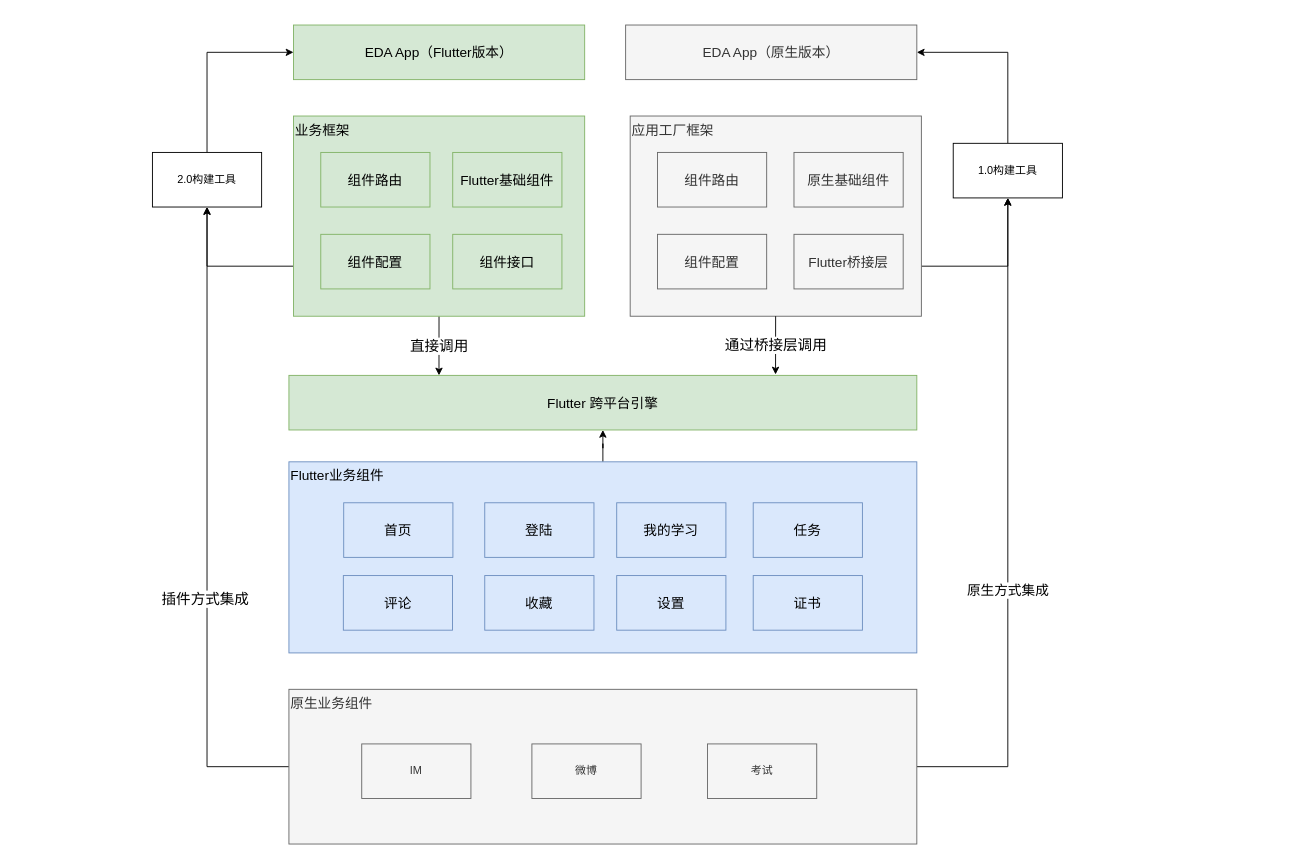
Earlier version of the draw.io diagram page "第 28 页" (28 of 28) of nd-apf.drawio (kwhitestone/drawio). Source tidied: cells renumbered, new cells numbered last; positions are measured from the earlier drawing's top-left corner, leaving out a move shared by most shapes. Both pictures are drawn from the tidied source at 91%, with x=0, y=0 at pixel (152, 25).
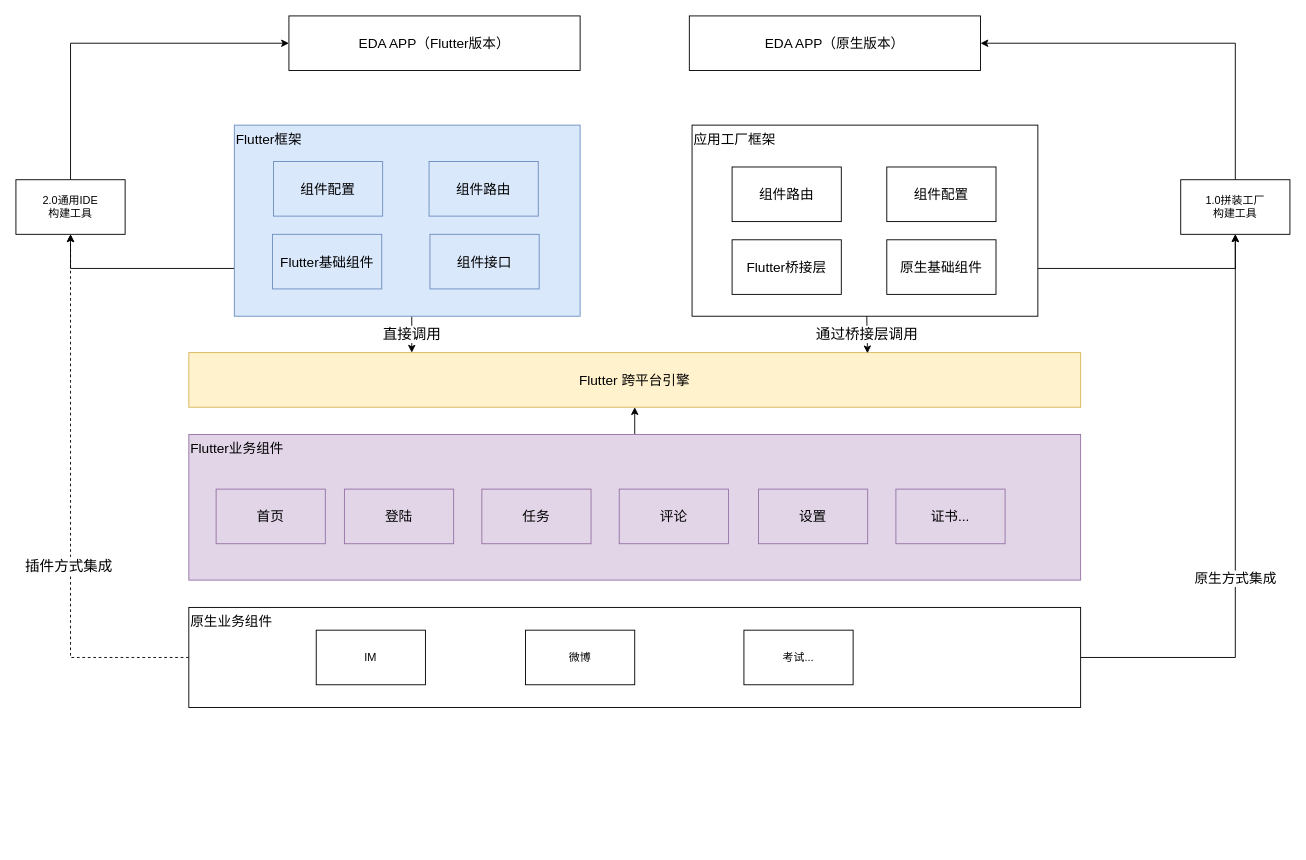
The same diagram, later.

Change to the diagram source:
```diff
@@
-    <mxCell id="2" style="edgeStyle=orthogonalEdgeStyle;rounded=0;jettySize=auto;html=1;entryX=0.5;entryY=1;entryDx=0;entryDy=0;" parent="1" edge="1" source="3" target="26">
-      <mxGeometry relative="1" as="geometry" />
+    <mxCell id="2" style="rounded=0;jettySize=auto;html=1;entryX=0.5;entryY=1;entryDx=0;entryDy=0;" parent="1" edge="1" target="26">
+      <mxGeometry relative="1" as="geometry">
+        <mxPoint x="530" y="450" as="sourcePoint" />
+      </mxGeometry>
     </mxCell>
-    <mxCell id="3" value="Flutter业务组件" style="rounded=0;whiteSpace=wrap;html=1;align=left;fontSize=15;fillColor=#dae8fc;strokeColor=#6c8ebf;verticalAlign=top;" parent="1" vertex="1">
-      <mxGeometry x="150" y="480" width="690" height="210" as="geometry" />
+    <mxCell id="3" value="Flutter业务组件" style="rounded=0;whiteSpace=wrap;html=1;align=left;fontSize=15;fillColor=#e1d5e7;strokeColor=#9673a6;verticalAlign=top;" parent="1" vertex="1">
+      <mxGeometry x="40" y="450" width="980" height="160" as="geometry" />
     </mxCell>
-    <mxCell id="4" value="首页" style="rounded=0;whiteSpace=wrap;html=1;fontSize=15;fillColor=#dae8fc;strokeColor=#6c8ebf;" parent="1" vertex="1">
-      <mxGeometry x="210.2" y="525" width="120" height="60" as="geometry" />
+    <mxCell id="4" value="首页" style="rounded=0;whiteSpace=wrap;html=1;fontSize=15;fillColor=#e1d5e7;strokeColor=#9673a6;" parent="1" vertex="1">
+      <mxGeometry x="70" y="510" width="120" height="60" as="geometry" />
     </mxCell>
-    <mxCell id="5" value="登陆" style="rounded=0;whiteSpace=wrap;html=1;fontSize=15;fillColor=#dae8fc;strokeColor=#6c8ebf;" parent="1" vertex="1">
-      <mxGeometry x="365.2" y="525" width="120" height="60" as="geometry" />
+    <mxCell id="5" value="登陆" style="rounded=0;whiteSpace=wrap;html=1;fontSize=15;fillColor=#e1d5e7;strokeColor=#9673a6;" parent="1" vertex="1">
+      <mxGeometry x="211" y="510" width="120" height="60" as="geometry" />
     </mxCell>
-    <mxCell id="6" value="我的学习" style="rounded=0;whiteSpace=wrap;html=1;fontSize=15;fillColor=#dae8fc;strokeColor=#6c8ebf;" parent="1" vertex="1">
-      <mxGeometry x="510.2" y="525" width="120" height="60" as="geometry" />
-    </mxCell>
-    <mxCell id="7" value="评论" style="rounded=0;whiteSpace=wrap;html=1;fontSize=15;fillColor=#dae8fc;strokeColor=#6c8ebf;" parent="1" vertex="1">
-      <mxGeometry x="209.8" y="605" width="120" height="60" as="geometry" />
+    <mxCell id="7" value="评论" style="rounded=0;whiteSpace=wrap;html=1;fontSize=15;fillColor=#e1d5e7;strokeColor=#9673a6;" parent="1" vertex="1">
+      <mxGeometry x="513" y="510" width="120" height="60" as="geometry" />
     </mxCell>
-    <mxCell id="8" value="收藏" style="rounded=0;whiteSpace=wrap;html=1;fontSize=15;fillColor=#dae8fc;strokeColor=#6c8ebf;" parent="1" vertex="1">
-      <mxGeometry x="365.2" y="605" width="120" height="60" as="geometry" />
-    </mxCell>
-    <mxCell id="9" value="任务" style="rounded=0;whiteSpace=wrap;html=1;fontSize=15;fillColor=#dae8fc;strokeColor=#6c8ebf;" parent="1" vertex="1">
-      <mxGeometry x="660.2" y="525" width="120" height="60" as="geometry" />
+    <mxCell id="9" value="任务" style="rounded=0;whiteSpace=wrap;html=1;fontSize=15;fillColor=#e1d5e7;strokeColor=#9673a6;" parent="1" vertex="1">
+      <mxGeometry x="362" y="510" width="120" height="60" as="geometry" />
     </mxCell>
-    <mxCell id="10" value="设置" style="rounded=0;whiteSpace=wrap;html=1;fontSize=15;fillColor=#dae8fc;strokeColor=#6c8ebf;" parent="1" vertex="1">
-      <mxGeometry x="510.2" y="605" width="120" height="60" as="geometry" />
+    <mxCell id="10" value="设置" style="rounded=0;whiteSpace=wrap;html=1;fontSize=15;fillColor=#e1d5e7;strokeColor=#9673a6;" parent="1" vertex="1">
+      <mxGeometry x="666" y="510" width="120" height="60" as="geometry" />
     </mxCell>
-    <mxCell id="11" value="证书" style="rounded=0;whiteSpace=wrap;html=1;fontSize=15;fillColor=#dae8fc;strokeColor=#6c8ebf;" parent="1" vertex="1">
-      <mxGeometry x="660.2" y="605" width="120" height="60" as="geometry" />
+    <mxCell id="11" value="证书..." style="rounded=0;whiteSpace=wrap;html=1;fontSize=15;fillColor=#e1d5e7;strokeColor=#9673a6;" parent="1" vertex="1">
+      <mxGeometry x="817" y="510" width="120" height="60" as="geometry" />
     </mxCell>
-    <mxCell id="12" value="直接调用" style="rounded=0;jettySize=auto;html=1;entryX=0.239;entryY=0;entryDx=0;entryDy=0;entryPerimeter=0;fontSize=16;" parent="1" edge="1" source="14" target="26">
-      <mxGeometry relative="1" as="geometry" />
+    <mxCell id="12" value="直接调用" style="rounded=0;jettySize=auto;html=1;entryX=0.25;entryY=0;entryDx=0;entryDy=0;fontSize=16;" parent="1" edge="1" target="26">
+      <mxGeometry x="0.01" relative="1" as="geometry">
+        <mxPoint x="285" y="320" as="sourcePoint" />
+      </mxGeometry>
     </mxCell>
@@
-    <mxCell id="14" value="业务框架" style="rounded=0;whiteSpace=wrap;html=1;align=left;verticalAlign=top;fontSize=15;fillColor=#d5e8d4;strokeColor=#82b366;" parent="1" vertex="1">
-      <mxGeometry x="155" y="100" width="320" height="220" as="geometry" />
+    <mxCell id="14" value="Flutter框架" style="rounded=0;whiteSpace=wrap;html=1;align=left;verticalAlign=top;fontSize=15;fillColor=#dae8fc;strokeColor=#6c8ebf;" parent="1" vertex="1">
+      <mxGeometry x="90" y="110" width="380" height="210" as="geometry" />
     </mxCell>
-    <mxCell id="15" value="组件路由" style="rounded=0;whiteSpace=wrap;html=1;fontSize=15;fillColor=#d5e8d4;strokeColor=#82b366;" parent="1" vertex="1">
-      <mxGeometry x="185" y="140" width="120" height="60" as="geometry" />
+    <mxCell id="15" value="组件路由" style="rounded=0;whiteSpace=wrap;html=1;fontSize=15;fillColor=#dae8fc;strokeColor=#6c8ebf;" parent="1" vertex="1">
+      <mxGeometry x="304" y="150" width="120" height="60" as="geometry" />
     </mxCell>
-    <mxCell id="16" value="Flutter基础组件" style="rounded=0;whiteSpace=wrap;html=1;fontSize=15;fillColor=#d5e8d4;strokeColor=#82b366;" parent="1" vertex="1">
-      <mxGeometry x="330" y="140" width="120" height="60" as="geometry" />
+    <mxCell id="16" value="Flutter基础组件" style="rounded=0;whiteSpace=wrap;html=1;fontSize=15;fillColor=#dae8fc;strokeColor=#6c8ebf;" parent="1" vertex="1">
+      <mxGeometry x="132" y="230" width="120" height="60" as="geometry" />
     </mxCell>
-    <mxCell id="17" value="组件配置" style="rounded=0;whiteSpace=wrap;html=1;fontSize=15;fillColor=#d5e8d4;strokeColor=#82b366;" parent="1" vertex="1">
-      <mxGeometry x="185" y="230" width="120" height="60" as="geometry" />
+    <mxCell id="17" value="组件配置" style="rounded=0;whiteSpace=wrap;html=1;fontSize=15;fillColor=#dae8fc;strokeColor=#6c8ebf;" parent="1" vertex="1">
+      <mxGeometry x="133" y="150" width="120" height="60" as="geometry" />
     </mxCell>
-    <mxCell id="18" value="组件接口" style="rounded=0;whiteSpace=wrap;html=1;fontSize=15;fillColor=#d5e8d4;strokeColor=#82b366;" parent="1" vertex="1">
-      <mxGeometry x="330" y="230" width="120" height="60" as="geometry" />
+    <mxCell id="18" value="组件接口" style="rounded=0;whiteSpace=wrap;html=1;fontSize=15;fillColor=#dae8fc;strokeColor=#6c8ebf;" parent="1" vertex="1">
+      <mxGeometry x="305" y="230" width="120" height="60" as="geometry" />
     </mxCell>
@@
-    <mxCell id="20" value="应用工厂框架" style="rounded=0;whiteSpace=wrap;html=1;align=left;verticalAlign=top;fontSize=15;fillColor=#f5f5f5;strokeColor=#666666;fontColor=#333333;" parent="1" vertex="1">
-      <mxGeometry x="525" y="100" width="320" height="220" as="geometry" />
+    <mxCell id="20" value="应用工厂框架" style="rounded=0;whiteSpace=wrap;html=1;align=left;verticalAlign=top;fontSize=15;" parent="1" vertex="1">
+      <mxGeometry x="593" y="110" width="380" height="210" as="geometry" />
     </mxCell>
-    <mxCell id="21" value="组件路由" style="rounded=0;whiteSpace=wrap;html=1;fontSize=15;fillColor=#f5f5f5;strokeColor=#666666;fontColor=#333333;" parent="1" vertex="1">
-      <mxGeometry x="555" y="140" width="120" height="60" as="geometry" />
+    <mxCell id="21" value="组件路由" style="rounded=0;whiteSpace=wrap;html=1;fontSize=15;" parent="1" vertex="1">
+      <mxGeometry x="637" y="156" width="120" height="60" as="geometry" />
     </mxCell>
-    <mxCell id="22" value="Flutter桥接层" style="rounded=0;whiteSpace=wrap;html=1;fontSize=15;fillColor=#f5f5f5;strokeColor=#666666;fontColor=#333333;" parent="1" vertex="1">
-      <mxGeometry x="705" y="230" width="120" height="60" as="geometry" />
+    <mxCell id="22" value="Flutter桥接层" style="rounded=0;whiteSpace=wrap;html=1;fontSize=15;" parent="1" vertex="1">
+      <mxGeometry x="637" y="236" width="120" height="60" as="geometry" />
     </mxCell>
-    <mxCell id="23" value="组件配置" style="rounded=0;whiteSpace=wrap;html=1;fontSize=15;fillColor=#f5f5f5;strokeColor=#666666;fontColor=#333333;" parent="1" vertex="1">
-      <mxGeometry x="555" y="230" width="120" height="60" as="geometry" />
+    <mxCell id="23" value="组件配置" style="rounded=0;whiteSpace=wrap;html=1;fontSize=15;" parent="1" vertex="1">
+      <mxGeometry x="807" y="156" width="120" height="60" as="geometry" />
     </mxCell>
-    <mxCell id="24" value="原生基础组件" style="rounded=0;whiteSpace=wrap;html=1;fontSize=15;fillColor=#f5f5f5;strokeColor=#666666;fontColor=#333333;" parent="1" vertex="1">
-      <mxGeometry x="705" y="140" width="120" height="60" as="geometry" />
+    <mxCell id="24" value="原生基础组件" style="rounded=0;whiteSpace=wrap;html=1;fontSize=15;" parent="1" vertex="1">
+      <mxGeometry x="807" y="236" width="120" height="60" as="geometry" />
     </mxCell>
-    <mxCell id="25" value="EDA App（Flutter版本）" style="rounded=0;whiteSpace=wrap;html=1;fontSize=15;fillColor=#d5e8d4;strokeColor=#82b366;" parent="1" vertex="1">
-      <mxGeometry x="155" width="320" height="60" as="geometry" />
+    <mxCell id="25" value="EDA APP（Flutter版本）" style="rounded=0;whiteSpace=wrap;html=1;fontSize=15;" parent="1" vertex="1">
+      <mxGeometry x="150" y="-10" width="320" height="60" as="geometry" />
     </mxCell>
-    <mxCell id="26" value="Flutter 跨平台引擎" style="rounded=0;whiteSpace=wrap;html=1;fontSize=15;fillColor=#d5e8d4;strokeColor=#82b366;" parent="1" vertex="1">
-      <mxGeometry x="150" y="385" width="690" height="60" as="geometry" />
+    <mxCell id="26" value="Flutter 跨平台引擎" style="rounded=0;whiteSpace=wrap;html=1;fontSize=15;fillColor=#fff2cc;strokeColor=#d6b656;" parent="1" vertex="1">
+      <mxGeometry x="40" y="360" width="980" height="60" as="geometry" />
     </mxCell>
-    <mxCell id="27" value="EDA App（原生版本）" style="rounded=0;whiteSpace=wrap;html=1;fontSize=15;fillColor=#f5f5f5;strokeColor=#666666;fontColor=#333333;" parent="1" vertex="1">
-      <mxGeometry x="520" width="320" height="60" as="geometry" />
+    <mxCell id="27" value="EDA APP（原生版本）" style="rounded=0;whiteSpace=wrap;html=1;fontSize=15;" parent="1" vertex="1">
+      <mxGeometry x="590" y="-10" width="320" height="60" as="geometry" />
     </mxCell>
-    <mxCell id="28" value="通过桥接层调用" style="rounded=0;jettySize=auto;html=1;entryX=0.775;entryY=-0.017;entryDx=0;entryDy=0;entryPerimeter=0;fontSize=16;" parent="1" edge="1" source="20" target="26">
+    <mxCell id="28" value="通过桥接层调用" style="rounded=0;jettySize=auto;html=1;entryX=0.761;entryY=0.011;entryDx=0;entryDy=0;fontSize=16;entryPerimeter=0;" parent="1" edge="1" source="20" target="26">
       <mxGeometry relative="1" as="geometry" />
     </mxCell>
@@
-    <mxCell id="30" value="1.0构建工具" style="rounded=0;whiteSpace=wrap;html=1;" parent="1" vertex="1">
-      <mxGeometry x="880" y="130" width="120" height="60" as="geometry" />
+    <mxCell id="30" value="1.0拼装工厂&lt;br&gt;构建工具" style="rounded=0;whiteSpace=wrap;html=1;" parent="1" vertex="1">
+      <mxGeometry x="1130" y="170" width="120" height="60" as="geometry" />
     </mxCell>
@@
-    <mxCell id="32" value="2.0构建工具" style="rounded=0;whiteSpace=wrap;html=1;" parent="1" vertex="1">
-      <mxGeometry y="140" width="120" height="60" as="geometry" />
+    <mxCell id="32" value="2.0通用IDE&lt;br&gt;构建工具" style="rounded=0;whiteSpace=wrap;html=1;" parent="1" vertex="1">
+      <mxGeometry x="-150" y="170" width="120" height="60" as="geometry" />
     </mxCell>
-    <mxCell id="33" style="edgeStyle=orthogonalEdgeStyle;rounded=0;jettySize=auto;html=1;entryX=0.5;entryY=1;entryDx=0;entryDy=0;" parent="1" edge="1" source="36" target="32">
+    <mxCell id="33" style="edgeStyle=orthogonalEdgeStyle;rounded=0;jettySize=auto;html=1;entryX=0.5;entryY=1;entryDx=0;entryDy=0;dashed=1;" parent="1" edge="1" source="36" target="32">
       <mxGeometry relative="1" as="geometry" />
     </mxCell>
@@
-    <mxCell id="35" value="原生方式集成" style="edgeStyle=orthogonalEdgeStyle;rounded=0;jettySize=auto;html=1;entryX=0.5;entryY=1;entryDx=0;entryDy=0;fontSize=15;" parent="1" edge="1" source="36" target="30">
+    <mxCell id="35" value="原生方式集成" style="edgeStyle=orthogonalEdgeStyle;rounded=0;jettySize=auto;html=1;entryX=0.5;entryY=1;entryDx=0;entryDy=0;fontSize=15;exitX=1;exitY=0.5;exitDx=0;exitDy=0;" parent="1" edge="1" source="36" target="30">
       <mxGeometry x="-0.19" relative="1" as="geometry" />
     </mxCell>
-    <mxCell id="36" value="原生业务组件" style="rounded=0;whiteSpace=wrap;html=1;align=left;fontSize=15;fillColor=#f5f5f5;strokeColor=#666666;verticalAlign=top;fontColor=#333333;" parent="1" vertex="1">
-      <mxGeometry x="150" y="730" width="690" height="170" as="geometry" />
+    <mxCell id="36" value="原生业务组件" style="rounded=0;whiteSpace=wrap;html=1;align=left;fontSize=15;verticalAlign=top;" parent="1" vertex="1">
+      <mxGeometry x="40" y="640" width="980" height="110" as="geometry" />
     </mxCell>
-    <mxCell id="37" value="IM" style="rounded=0;whiteSpace=wrap;html=1;fillColor=#f5f5f5;fontColor=#333333;strokeColor=#666666;" parent="1" vertex="1">
-      <mxGeometry x="230" y="790" width="120" height="60" as="geometry" />
+    <mxCell id="37" value="IM" style="rounded=0;whiteSpace=wrap;html=1;" parent="1" vertex="1">
+      <mxGeometry x="180" y="665" width="120" height="60" as="geometry" />
     </mxCell>
-    <mxCell id="38" value="微博" style="rounded=0;whiteSpace=wrap;html=1;fillColor=#f5f5f5;fontColor=#333333;strokeColor=#666666;" parent="1" vertex="1">
-      <mxGeometry x="417" y="790" width="120" height="60" as="geometry" />
+    <mxCell id="38" value="微博" style="rounded=0;whiteSpace=wrap;html=1;" parent="1" vertex="1">
+      <mxGeometry x="410" y="665" width="120" height="60" as="geometry" />
     </mxCell>
-    <mxCell id="39" value="考试" style="rounded=0;whiteSpace=wrap;html=1;fillColor=#f5f5f5;fontColor=#333333;strokeColor=#666666;" parent="1" vertex="1">
-      <mxGeometry x="610" y="790" width="120" height="60" as="geometry" />
+    <mxCell id="39" value="考试..." style="rounded=0;whiteSpace=wrap;html=1;" parent="1" vertex="1">
+      <mxGeometry x="650" y="665" width="120" height="60" as="geometry" />
     </mxCell>
```
